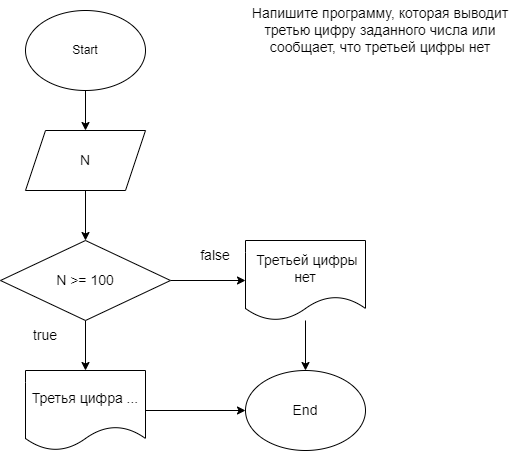
Earlier version of the draw.io export Lesson2/Ex13/Ex13.drawio.png (sultanbekovrf/C-_HomeWork). Source tidied: cells renumbered, new cells last; positions are measured from the earlier drawing's top-left corner, leaving out a move shared by most shapes. Source of this version:
```xml
<mxGraphModel>
  <root>
    <mxCell id="0" />
    <mxCell id="1" parent="0" />
    <mxCell id="2" style="edgeStyle=none;html=1;fontSize=14;" parent="1" edge="1" source="3" target="6">
      <mxGeometry relative="1" as="geometry" />
    </mxCell>
    <mxCell id="3" value="Start" style="ellipse;whiteSpace=wrap;html=1;" parent="1" vertex="1">
      <mxGeometry x="25" y="10" width="120" height="80" as="geometry" />
    </mxCell>
    <mxCell id="4" value="Напишите программу, которая выводит третью цифру заданного числа или сообщает, что третьей цифры нет" style="text;html=1;strokeColor=none;fillColor=none;align=center;verticalAlign=middle;whiteSpace=wrap;rounded=0;fontSize=14;" parent="1" vertex="1">
      <mxGeometry x="245" width="270" height="60" as="geometry" />
    </mxCell>
    <mxCell id="5" style="edgeStyle=none;html=1;fontSize=14;" parent="1" edge="1" source="6" target="9">
      <mxGeometry relative="1" as="geometry" />
    </mxCell>
    <mxCell id="6" value="N" style="shape=parallelogram;perimeter=parallelogramPerimeter;whiteSpace=wrap;html=1;fixedSize=1;fontSize=14;" parent="1" vertex="1">
      <mxGeometry x="25" y="130" width="120" height="60" as="geometry" />
    </mxCell>
    <mxCell id="7" style="edgeStyle=none;html=1;fontSize=14;" parent="1" edge="1" source="9" target="11">
      <mxGeometry relative="1" as="geometry" />
    </mxCell>
    <mxCell id="8" style="edgeStyle=none;html=1;fontSize=14;" parent="1" edge="1" source="9" target="13">
      <mxGeometry relative="1" as="geometry" />
    </mxCell>
    <mxCell id="9" value="N &amp;gt;= 100" style="rhombus;whiteSpace=wrap;html=1;fontSize=14;" parent="1" vertex="1">
      <mxGeometry y="240" width="170" height="80" as="geometry" />
    </mxCell>
    <mxCell id="10" style="edgeStyle=none;html=1;fontSize=14;" parent="1" edge="1" source="11" target="14">
      <mxGeometry relative="1" as="geometry" />
    </mxCell>
    <mxCell id="11" value="&amp;nbsp;Третьей цифры нет" style="shape=document;whiteSpace=wrap;html=1;boundedLbl=1;fontSize=14;" parent="1" vertex="1">
      <mxGeometry x="245" y="240" width="120" height="80" as="geometry" />
    </mxCell>
    <mxCell id="12" style="edgeStyle=none;html=1;fontSize=14;" parent="1" edge="1" source="13" target="14">
      <mxGeometry relative="1" as="geometry" />
    </mxCell>
    <mxCell id="13" value="Третья цифра ..." style="shape=document;whiteSpace=wrap;html=1;boundedLbl=1;fontSize=14;" parent="1" vertex="1">
      <mxGeometry x="25" y="370" width="120" height="80" as="geometry" />
    </mxCell>
    <mxCell id="14" value="End" style="ellipse;whiteSpace=wrap;html=1;fontSize=14;" parent="1" vertex="1">
      <mxGeometry x="245" y="370" width="120" height="80" as="geometry" />
    </mxCell>
    <mxCell id="15" value="false" style="text;html=1;strokeColor=none;fillColor=none;align=center;verticalAlign=middle;whiteSpace=wrap;rounded=0;fontSize=14;" parent="1" vertex="1">
      <mxGeometry x="185" y="240" width="60" height="30" as="geometry" />
    </mxCell>
    <mxCell id="16" value="true" style="text;html=1;strokeColor=none;fillColor=none;align=center;verticalAlign=middle;whiteSpace=wrap;rounded=0;fontSize=14;" parent="1" vertex="1">
      <mxGeometry x="15" y="320" width="60" height="30" as="geometry" />
    </mxCell>
  </root>
</mxGraphModel>
```
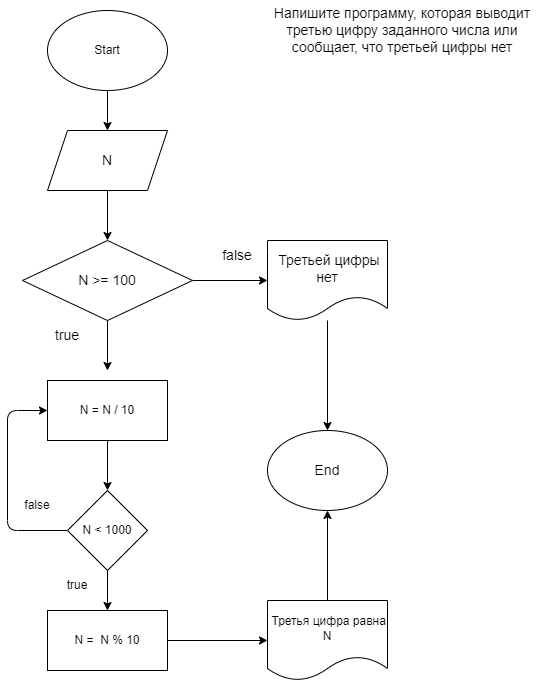
Above is the later version.

Commit message:
Переделал задачу № 13 без использования string

Change to the diagram source:
```diff
@@ -20,8 +20,10 @@
     <mxCell id="7" style="edgeStyle=none;html=1;fontSize=14;" parent="1" edge="1" source="9" target="11">
       <mxGeometry relative="1" as="geometry" />
     </mxCell>
-    <mxCell id="8" style="edgeStyle=none;html=1;fontSize=14;" parent="1" edge="1" source="9" target="13">
-      <mxGeometry relative="1" as="geometry" />
+    <mxCell id="8" style="edgeStyle=none;html=1;fontSize=14;" parent="1" edge="1" source="9">
+      <mxGeometry relative="1" as="geometry">
+        <mxPoint x="85" y="370" as="targetPoint" />
+      </mxGeometry>
     </mxCell>
     <mxCell id="9" value="N &amp;gt;= 100" style="rhombus;whiteSpace=wrap;html=1;fontSize=14;" parent="1" vertex="1">
       <mxGeometry y="240" width="170" height="80" as="geometry" />
@@ -32,14 +34,8 @@
     <mxCell id="11" value="&amp;nbsp;Третьей цифры нет" style="shape=document;whiteSpace=wrap;html=1;boundedLbl=1;fontSize=14;" parent="1" vertex="1">
       <mxGeometry x="245" y="240" width="120" height="80" as="geometry" />
     </mxCell>
-    <mxCell id="12" style="edgeStyle=none;html=1;fontSize=14;" parent="1" edge="1" source="13" target="14">
-      <mxGeometry relative="1" as="geometry" />
-    </mxCell>
-    <mxCell id="13" value="Третья цифра ..." style="shape=document;whiteSpace=wrap;html=1;boundedLbl=1;fontSize=14;" parent="1" vertex="1">
-      <mxGeometry x="25" y="370" width="120" height="80" as="geometry" />
-    </mxCell>
     <mxCell id="14" value="End" style="ellipse;whiteSpace=wrap;html=1;fontSize=14;" parent="1" vertex="1">
-      <mxGeometry x="245" y="370" width="120" height="80" as="geometry" />
+      <mxGeometry x="245" y="430" width="120" height="80" as="geometry" />
     </mxCell>
     <mxCell id="15" value="false" style="text;html=1;strokeColor=none;fillColor=none;align=center;verticalAlign=middle;whiteSpace=wrap;rounded=0;fontSize=14;" parent="1" vertex="1">
       <mxGeometry x="185" y="240" width="60" height="30" as="geometry" />
@@ -47,5 +43,43 @@
     <mxCell id="16" value="true" style="text;html=1;strokeColor=none;fillColor=none;align=center;verticalAlign=middle;whiteSpace=wrap;rounded=0;fontSize=14;" parent="1" vertex="1">
       <mxGeometry x="15" y="320" width="60" height="30" as="geometry" />
     </mxCell>
+    <mxCell id="17" style="edgeStyle=none;html=1;" parent="1" edge="1" source="18" target="21">
+      <mxGeometry relative="1" as="geometry" />
+    </mxCell>
+    <mxCell id="18" value="N = N / 10" style="rounded=0;whiteSpace=wrap;html=1;" parent="1" vertex="1">
+      <mxGeometry x="25" y="380" width="120" height="60" as="geometry" />
+    </mxCell>
+    <mxCell id="19" style="edgeStyle=none;html=1;exitX=0;exitY=0.5;exitDx=0;exitDy=0;entryX=0;entryY=0.5;entryDx=0;entryDy=0;" parent="1" edge="1" source="21" target="18">
+      <mxGeometry relative="1" as="geometry">
+        <Array as="points">
+          <mxPoint x="-15" y="530" />
+          <mxPoint x="-15" y="410" />
+        </Array>
+      </mxGeometry>
+    </mxCell>
+    <mxCell id="20" style="edgeStyle=none;html=1;" parent="1" edge="1" source="21" target="24">
+      <mxGeometry relative="1" as="geometry" />
+    </mxCell>
+    <mxCell id="21" value="N &amp;lt; 1000" style="rhombus;whiteSpace=wrap;html=1;" parent="1" vertex="1">
+      <mxGeometry x="45" y="490" width="80" height="80" as="geometry" />
+    </mxCell>
+    <mxCell id="22" value="false" style="text;html=1;strokeColor=none;fillColor=none;align=center;verticalAlign=middle;whiteSpace=wrap;rounded=0;" parent="1" vertex="1">
+      <mxGeometry x="-15" y="490" width="60" height="30" as="geometry" />
+    </mxCell>
+    <mxCell id="23" style="edgeStyle=none;html=1;" parent="1" edge="1" source="24" target="26">
+      <mxGeometry relative="1" as="geometry" />
+    </mxCell>
+    <mxCell id="24" value="N =&amp;nbsp; N % 10" style="rounded=0;whiteSpace=wrap;html=1;" parent="1" vertex="1">
+      <mxGeometry x="25" y="610" width="120" height="60" as="geometry" />
+    </mxCell>
+    <mxCell id="25" style="edgeStyle=none;html=1;" parent="1" edge="1" source="26" target="14">
+      <mxGeometry relative="1" as="geometry" />
+    </mxCell>
+    <mxCell id="26" value="&amp;nbsp;Третья цифра равна N" style="shape=document;whiteSpace=wrap;html=1;boundedLbl=1;" parent="1" vertex="1">
+      <mxGeometry x="245" y="600" width="120" height="80" as="geometry" />
+    </mxCell>
+    <mxCell id="27" value="true" style="text;html=1;strokeColor=none;fillColor=none;align=center;verticalAlign=middle;whiteSpace=wrap;rounded=0;" parent="1" vertex="1">
+      <mxGeometry x="25" y="570" width="60" height="30" as="geometry" />
+    </mxCell>
   </root>
 </mxGraphModel>
```
